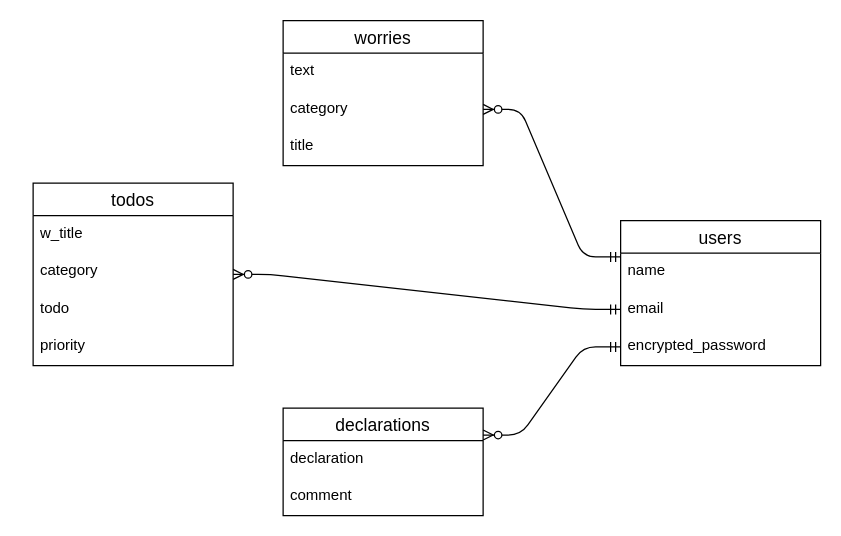
This is moyamoya.dio from ohkuma90/moyamoya, a draw.io file, before an edit. Source tidied: cells renumbered, new cells numbered last; positions are measured from the earlier drawing's top-left corner, leaving out a move shared by most shapes. Both pictures are drawn from the tidied source at 125%, with x=0, y=0 at pixel (32, 20).
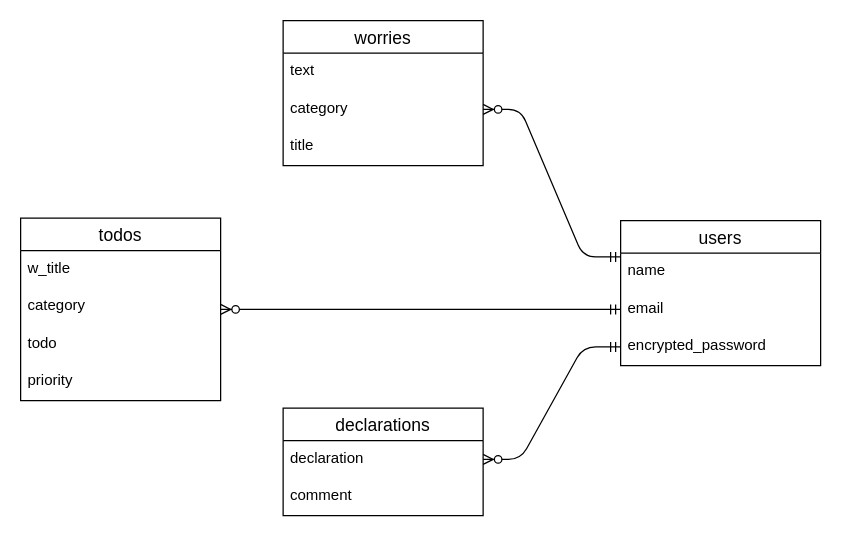
Above is the later version.

The change refers to these unchanged cells:
```xml
<mxCell id="5" value="encrypted_password" style="text;strokeColor=none;fillColor=none;spacingLeft=4;spacingRight=4;overflow=hidden;points=[[0,0.5],[1,0.5]];portConstraint=eastwest;fontSize=12;" parent="2" vertex="1">
  <mxGeometry y="86" width="160" height="30" as="geometry" />
</mxCell>
<mxCell id="15" value="declarations" style="swimlane;fontStyle=0;horizontal=1;startSize=26;align=center;fontSize=14;" parent="1" vertex="1">
  <mxGeometry x="200" y="310" width="160" height="86" as="geometry" />
</mxCell>
<mxCell id="16" value="declaration" style="text;strokeColor=none;fillColor=none;spacingLeft=4;spacingRight=4;overflow=hidden;points=[[0,0.5],[1,0.5]];portConstraint=eastwest;fontSize=12;" parent="15" vertex="1">
  <mxGeometry y="26" width="160" height="30" as="geometry" />
</mxCell>
```

The edit, as a diff of the source:
```diff
@@
     <mxCell id="10" value="todos" style="swimlane;fontStyle=0;horizontal=1;startSize=26;align=center;fontSize=14;" parent="1" vertex="1">
-      <mxGeometry y="130" width="160" height="146" as="geometry" />
+      <mxGeometry x="-10" y="158" width="160" height="146" as="geometry" />
     </mxCell>
@@
-    <mxCell id="20" style="edgeStyle=entityRelationEdgeStyle;fontSize=12;html=1;endArrow=ERzeroToMany;startArrow=ERmandOne;exitX=0;exitY=0.5;exitDx=0;exitDy=0;entryX=1;entryY=0.25;entryDx=0;entryDy=0;" parent="1" edge="1" source="5" target="15">
+    <mxCell id="20" style="edgeStyle=entityRelationEdgeStyle;fontSize=12;html=1;endArrow=ERzeroToMany;startArrow=ERmandOne;exitX=0;exitY=0.5;exitDx=0;exitDy=0;" parent="1" edge="1" source="5" target="16">
       <mxGeometry relative="1" as="geometry" />
     </mxCell>
```
